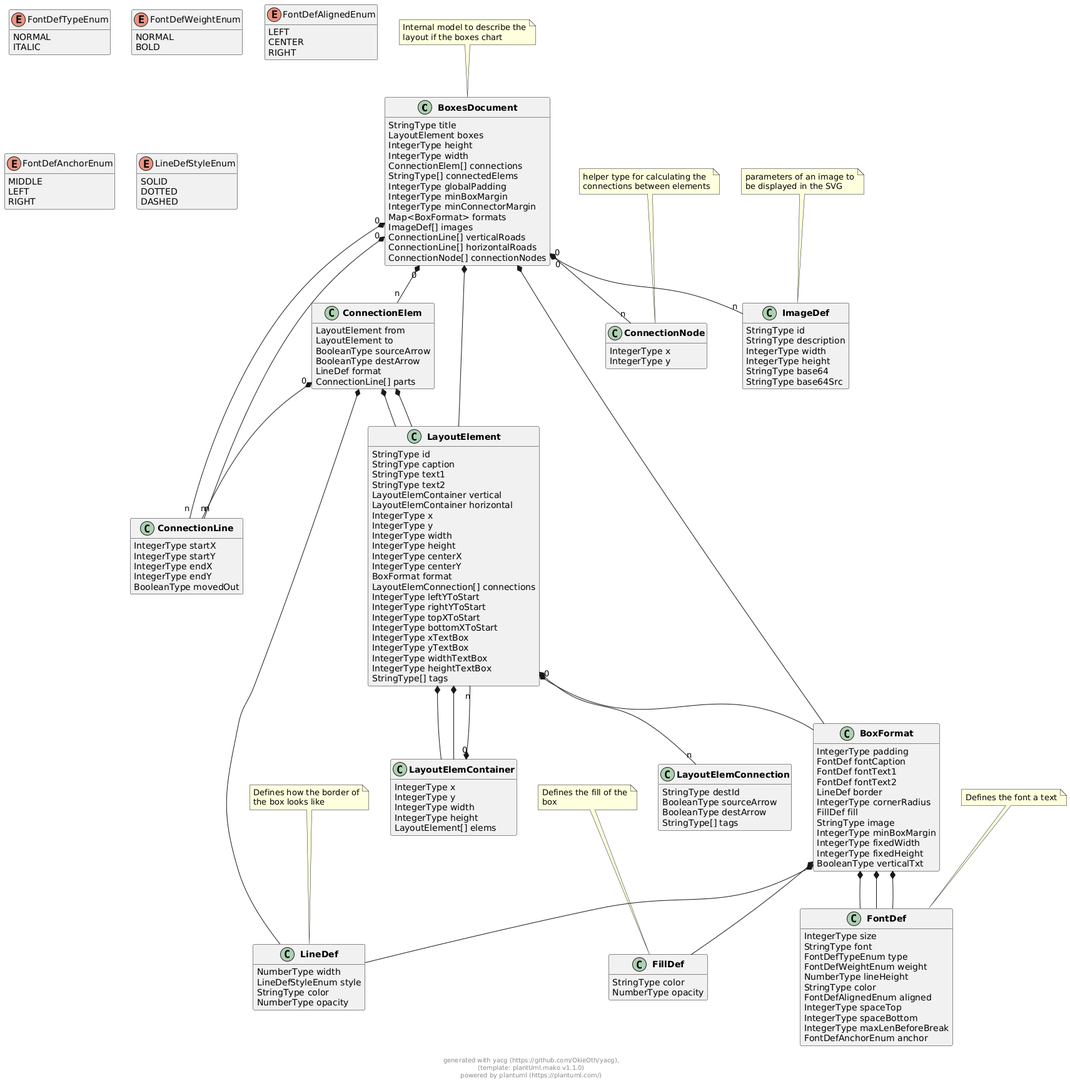
Earlier version of the PlantUML export docs/models/png/boxes_document.png (OkieOth/draw.chart.things).
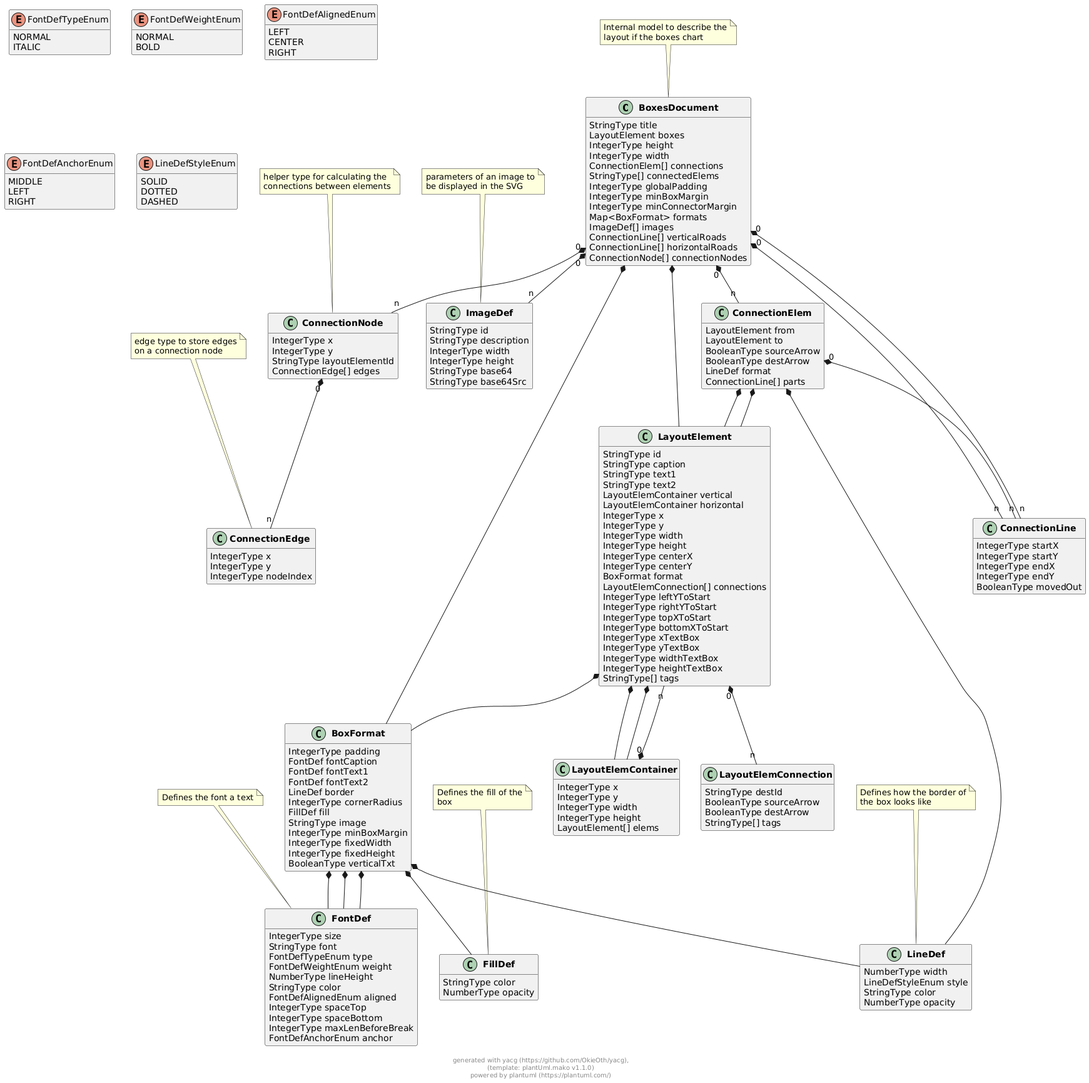
Later version of the same file.

Commit message:
extended boxesdoc type for connection processing

What changed in the source:
```diff
@@ -93,6 +93,8 @@
 class "**ConnectionNode**" as ConnectionNode {
         IntegerType x
         IntegerType y
+        StringType layoutElementId
+        ConnectionEdge[] edges
 }
 note top: helper type for calculating the\nconnections between elements
 
@@ -114,6 +116,15 @@
         BooleanType destArrow
         StringType[] tags
 }
+
+
+
+class "**ConnectionEdge**" as ConnectionEdge {
+        IntegerType x
+        IntegerType y
+        IntegerType nodeIndex
+}
+note top: edge type to store edges\non a connection node
 
 
 
@@ -283,6 +294,9 @@
 
 
 
+ConnectionNode "0" *-- "n" ConnectionEdge
+
+
 
 
 
@@ -327,5 +341,9 @@
 
 
 
+
+
+
+
 footer \ngenerated with yacg (https://github.com/OkieOth/yacg),\n(template: plantUml.mako v1.1.0)\npowered by plantuml (https://plantuml.com/)
 @enduml
```
